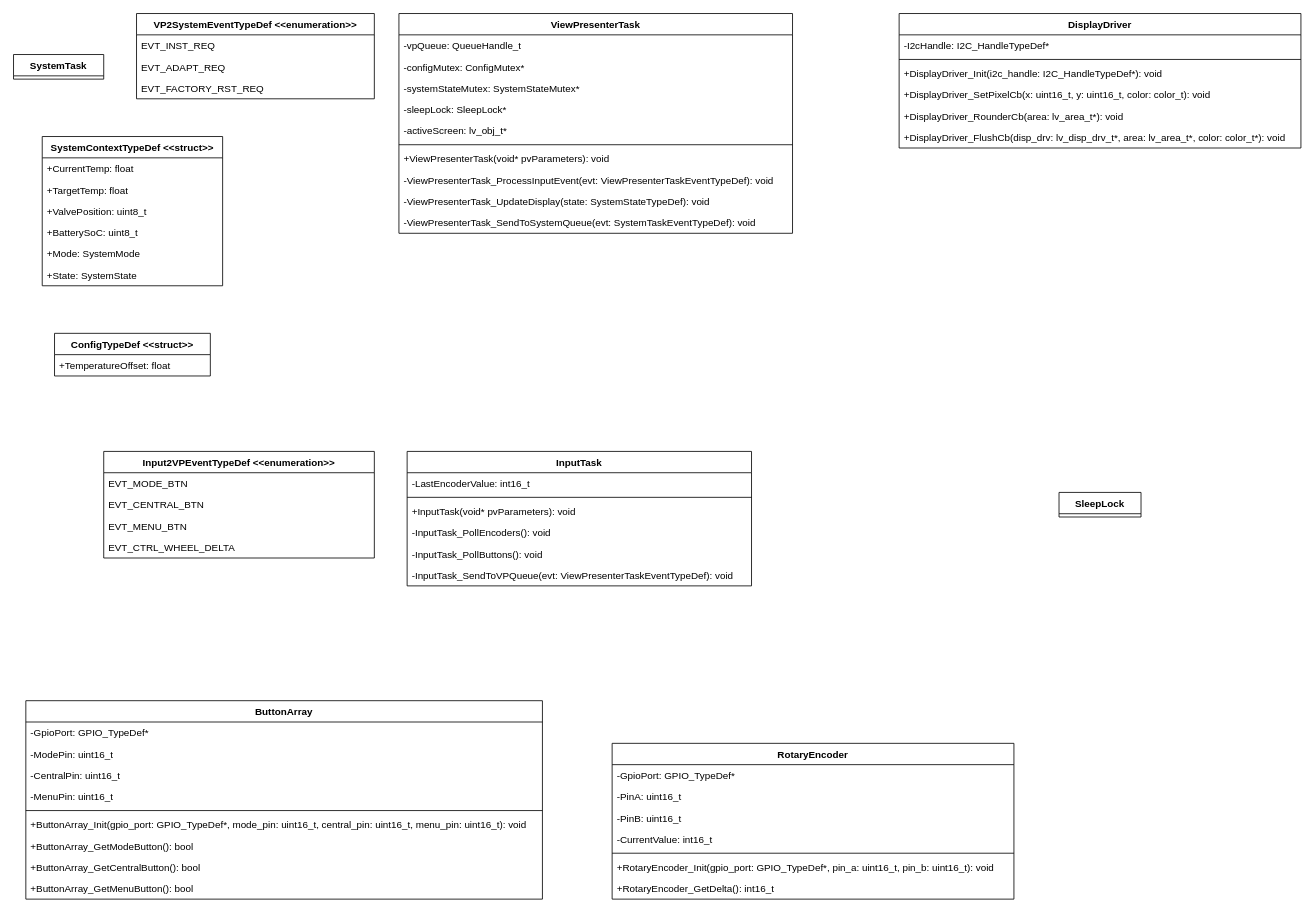
The draw.io diagram page "ui" (5 of 6) of software/diagrams/mt-rt-sw-design.drawio in MiraTherm/miratherm-radiator-thermostat-documentation, before the edit. Source tidied: cells renumbered, new cells numbered last; positions are measured from the earlier drawing's top-left corner, leaving out a move shared by most shapes. Both pictures are drawn from the tidied source at 82%, with x=0, y=0 at pixel (13, 13).
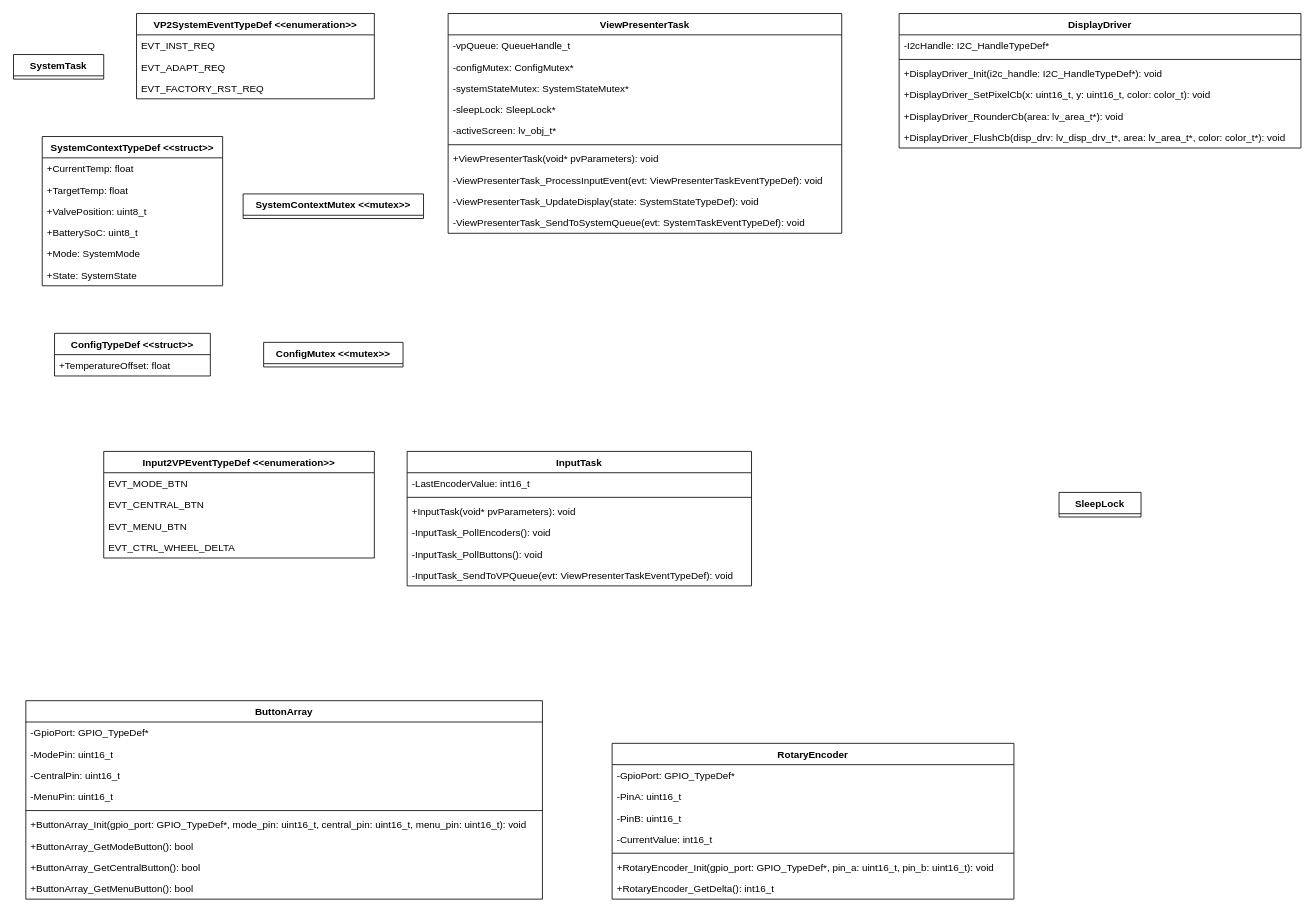
The same diagram, later.

What changed in the source:
```diff
@@
     <mxCell id="47" value="ViewPresenterTask" style="swimlane;fontStyle=1;horizontal=1;startSize=26;" parent="1" vertex="1">
-      <mxGeometry x="470" width="480" height="268" as="geometry" />
+      <mxGeometry x="530" width="480" height="268" as="geometry" />
     </mxCell>
@@
+    <mxCell id="65" value="SystemContextMutex &lt;&lt;mutex&gt;&gt;" style="swimlane;fontStyle=1;horizontal=1;startSize=26;" parent="1" vertex="1" collapsed="1">
+      <mxGeometry x="280" y="220" width="220" height="30" as="geometry" />
+    </mxCell>
+    <mxCell id="66" value="ConfigMutex &lt;&lt;mutex&gt;&gt;" style="swimlane;fontStyle=1;horizontal=1;startSize=26;" parent="1" vertex="1" collapsed="1">
+      <mxGeometry x="305" y="401" width="170" height="30" as="geometry" />
+    </mxCell>
```
